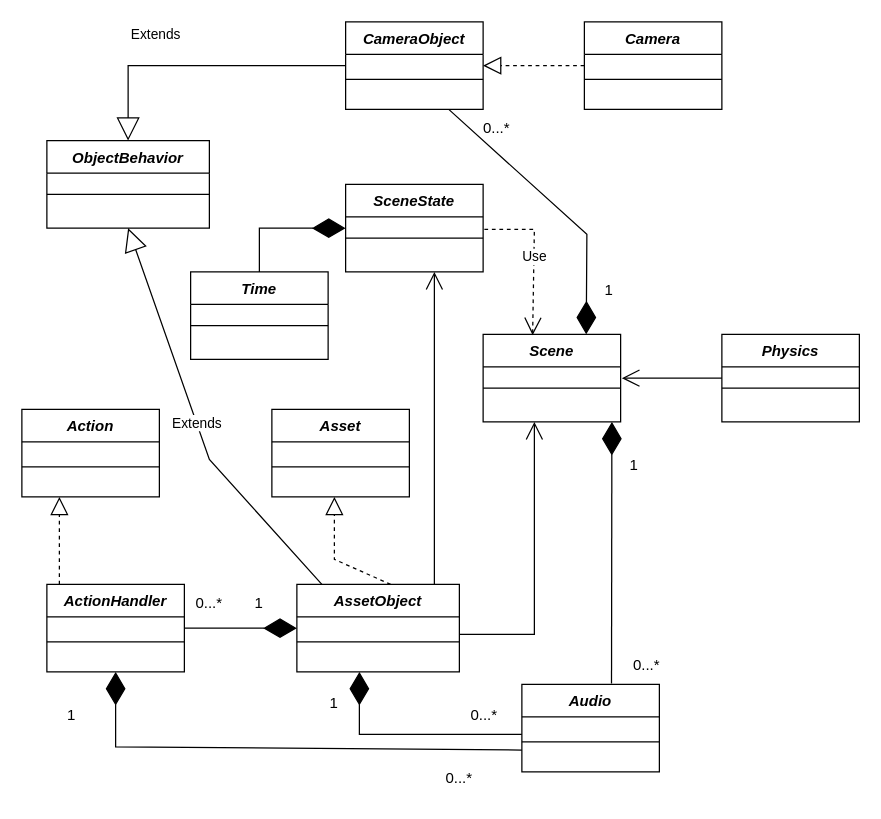
The draw.io diagram Untitled Diagram.drawio in sai11101989/vrsemantics, before the edit. Source tidied: cells renumbered, new cells numbered last; positions are measured from the earlier drawing's top-left corner, leaving out a move shared by most shapes. Both pictures are drawn from the tidied source at 125%, with x=0, y=0 at pixel (21, 21).
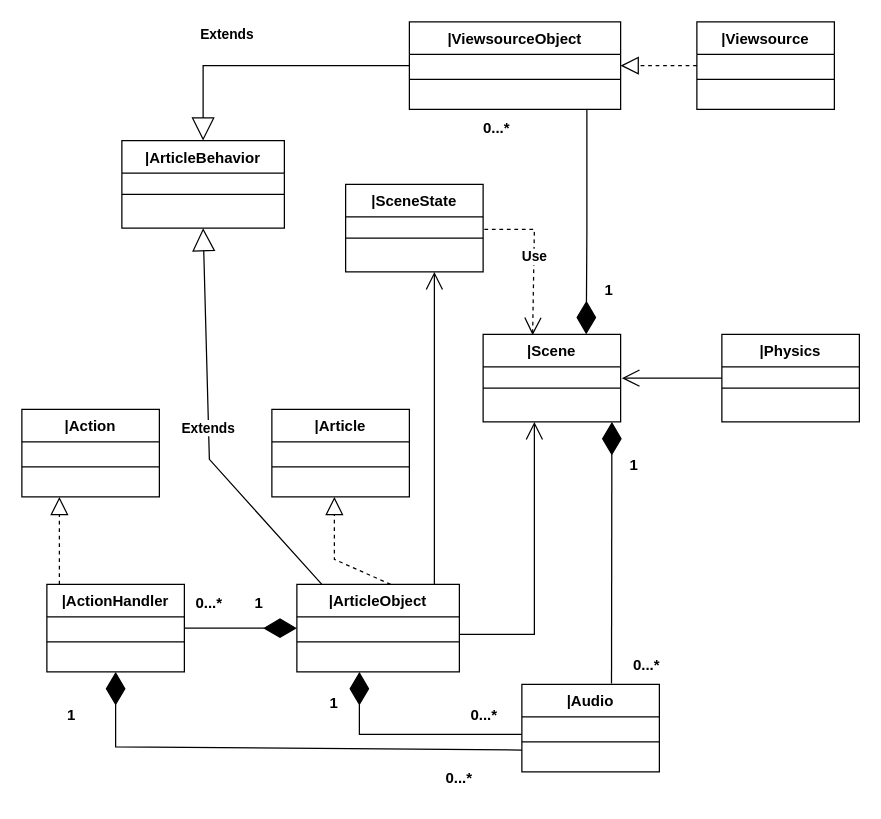
The same page after the edit.

Change to the diagram source:
```diff
@@
-    <mxCell id="2" value="Scene" style="swimlane;fontStyle=3;align=center;verticalAlign=top;horizontal=1;startSize=26;rounded=0;shadow=0;strokeWidth=1;" parent="1" vertex="1">
+    <mxCell id="2" value="|Scene" style="swimlane;fontStyle=1;align=center;verticalAlign=top;horizontal=1;startSize=26;rounded=0;shadow=0;strokeWidth=1;" parent="1" vertex="1">
       <mxGeometry x="369" y="250" width="110" height="70" as="geometry" />
     </mxCell>
-    <mxCell id="3" style="line;html=1;strokeWidth=1;align=left;verticalAlign=middle;spacingTop=-1;spacingLeft=3;spacingRight=3;labelPosition=right;" parent="2" vertex="1">
+    <mxCell id="3" style="line;html=1;strokeWidth=1;align=left;verticalAlign=middle;spacingTop=-1;spacingLeft=3;spacingRight=3;labelPosition=right;fontStyle=1;" parent="2" vertex="1">
       <mxGeometry y="26" width="110" height="34" as="geometry" />
     </mxCell>
-    <mxCell id="4" value="Asset" style="swimlane;fontStyle=3;align=center;verticalAlign=top;horizontal=1;startSize=26;rounded=0;shadow=0;strokeWidth=1;" parent="1" vertex="1">
+    <mxCell id="4" value="|Article" style="swimlane;fontStyle=1;align=center;verticalAlign=top;horizontal=1;startSize=26;rounded=0;shadow=0;strokeWidth=1;" parent="1" vertex="1">
       <mxGeometry x="200" y="310" width="110" height="70" as="geometry" />
     </mxCell>
-    <mxCell id="5" style="line;html=1;strokeWidth=1;align=left;verticalAlign=middle;spacingTop=-1;spacingLeft=3;spacingRight=3;labelPosition=right;" parent="4" vertex="1">
+    <mxCell id="5" style="line;html=1;strokeWidth=1;align=left;verticalAlign=middle;spacingTop=-1;spacingLeft=3;spacingRight=3;labelPosition=right;fontStyle=1;" parent="4" vertex="1">
       <mxGeometry y="26" width="110" height="40" as="geometry" />
     </mxCell>
-    <mxCell id="6" value="AssetObject" style="swimlane;fontStyle=3;align=center;verticalAlign=top;horizontal=1;startSize=26;rounded=0;shadow=0;strokeWidth=1;" parent="1" vertex="1">
+    <mxCell id="6" value="|ArticleObject" style="swimlane;fontStyle=1;align=center;verticalAlign=top;horizontal=1;startSize=26;rounded=0;shadow=0;strokeWidth=1;" parent="1" vertex="1">
       <mxGeometry x="220" y="450" width="130" height="70" as="geometry" />
     </mxCell>
-    <mxCell id="7" style="line;html=1;strokeWidth=1;align=left;verticalAlign=middle;spacingTop=-1;spacingLeft=3;spacingRight=3;labelPosition=right;" parent="6" vertex="1">
+    <mxCell id="7" style="line;html=1;strokeWidth=1;align=left;verticalAlign=middle;spacingTop=-1;spacingLeft=3;spacingRight=3;labelPosition=right;fontStyle=1;" parent="6" vertex="1">
       <mxGeometry y="26" width="130" height="40" as="geometry" />
     </mxCell>
-    <mxCell id="8" style="endArrow=block;dashed=1;endFill=0;endSize=12;html=1;rounded=0;" parent="1" edge="1">
+    <mxCell id="8" style="endArrow=block;dashed=1;endFill=0;endSize=12;html=1;rounded=0;fontStyle=1;" parent="1" edge="1">
       <mxGeometry relative="1" as="geometry">
         <mxPoint x="295" y="450" as="sourcePoint" />
         <mxPoint x="250" y="380" as="targetPoint" />
         <Array as="points">
           <mxPoint x="250" y="430" />
         </Array>
       </mxGeometry>
     </mxCell>
-    <mxCell id="9" value="1" style="text;html=1;strokeColor=none;fillColor=none;align=center;verticalAlign=middle;whiteSpace=wrap;rounded=0;" parent="1" vertex="1">
+    <mxCell id="9" value="1" style="text;html=1;strokeColor=none;fillColor=none;align=center;verticalAlign=middle;whiteSpace=wrap;rounded=0;fontStyle=1;" parent="1" vertex="1">
       <mxGeometry x="220" y="530" width="60" height="30" as="geometry" />
     </mxCell>
-    <mxCell id="10" value="Audio" style="swimlane;fontStyle=3;align=center;verticalAlign=top;horizontal=1;startSize=26;rounded=0;shadow=0;strokeWidth=1;" parent="1" vertex="1">
+    <mxCell id="10" value="|Audio" style="swimlane;fontStyle=1;align=center;verticalAlign=top;horizontal=1;startSize=26;rounded=0;shadow=0;strokeWidth=1;" parent="1" vertex="1">
       <mxGeometry x="400" y="530" width="110" height="70" as="geometry" />
     </mxCell>
-    <mxCell id="11" style="line;html=1;strokeWidth=1;align=left;verticalAlign=middle;spacingTop=-1;spacingLeft=3;spacingRight=3;labelPosition=right;" parent="10" vertex="1">
+    <mxCell id="11" style="line;html=1;strokeWidth=1;align=left;verticalAlign=middle;spacingTop=-1;spacingLeft=3;spacingRight=3;labelPosition=right;fontStyle=1;" parent="10" vertex="1">
       <mxGeometry y="26" width="110" height="40" as="geometry" />
     </mxCell>
-    <mxCell id="12" style="endArrow=diamondThin;endFill=1;endSize=24;html=1;rounded=0;" parent="1" edge="1">
+    <mxCell id="12" style="endArrow=diamondThin;endFill=1;endSize=24;html=1;rounded=0;fontStyle=1;" parent="1" edge="1">
       <mxGeometry relative="1" as="geometry">
         <mxPoint x="400" y="570" as="sourcePoint" />
         <mxPoint x="270" y="520" as="targetPoint" />
         <Array as="points">
           <mxPoint x="270" y="570" />
         </Array>
       </mxGeometry>
     </mxCell>
-    <mxCell id="13" value="0...*" style="text;html=1;strokeColor=none;fillColor=none;align=center;verticalAlign=middle;whiteSpace=wrap;rounded=0;" parent="1" vertex="1">
+    <mxCell id="13" value="0...*" style="text;html=1;strokeColor=none;fillColor=none;align=center;verticalAlign=middle;whiteSpace=wrap;rounded=0;fontStyle=1;" parent="1" vertex="1">
       <mxGeometry x="340" y="540" width="60" height="30" as="geometry" />
     </mxCell>
-    <mxCell id="14" style="endArrow=diamondThin;endFill=1;endSize=24;html=1;rounded=0;exitX=0.652;exitY=-0.01;exitDx=0;exitDy=0;exitPerimeter=0;" parent="1" edge="1" source="10">
+    <mxCell id="14" style="endArrow=diamondThin;endFill=1;endSize=24;html=1;rounded=0;exitX=0.652;exitY=-0.01;exitDx=0;exitDy=0;exitPerimeter=0;fontStyle=1;" parent="1" edge="1" source="10">
       <mxGeometry relative="1" as="geometry">
         <mxPoint x="472" y="320" as="targetPoint" />
       </mxGeometry>
     </mxCell>
-    <mxCell id="15" value="0...*" style="text;html=1;strokeColor=none;fillColor=none;align=center;verticalAlign=middle;whiteSpace=wrap;rounded=0;" parent="1" vertex="1">
+    <mxCell id="15" value="0...*" style="text;html=1;strokeColor=none;fillColor=none;align=center;verticalAlign=middle;whiteSpace=wrap;rounded=0;fontStyle=1;" parent="1" vertex="1">
       <mxGeometry x="470" y="500" width="60" height="30" as="geometry" />
     </mxCell>
-    <mxCell id="16" value="1" style="text;html=1;strokeColor=none;fillColor=none;align=center;verticalAlign=middle;whiteSpace=wrap;rounded=0;" parent="1" vertex="1">
+    <mxCell id="16" value="1" style="text;html=1;strokeColor=none;fillColor=none;align=center;verticalAlign=middle;whiteSpace=wrap;rounded=0;fontStyle=1;" parent="1" vertex="1">
       <mxGeometry x="460" y="340" width="60" height="30" as="geometry" />
     </mxCell>
-    <mxCell id="17" value="ActionHandler" style="swimlane;fontStyle=3;align=center;verticalAlign=top;horizontal=1;startSize=26;rounded=0;shadow=0;strokeWidth=1;" parent="1" vertex="1">
+    <mxCell id="17" value="|ActionHandler" style="swimlane;fontStyle=1;align=center;verticalAlign=top;horizontal=1;startSize=26;rounded=0;shadow=0;strokeWidth=1;" parent="1" vertex="1">
       <mxGeometry x="20" y="450" width="110" height="70" as="geometry" />
     </mxCell>
-    <mxCell id="18" style="line;html=1;strokeWidth=1;align=left;verticalAlign=middle;spacingTop=-1;spacingLeft=3;spacingRight=3;labelPosition=right;" parent="17" vertex="1">
+    <mxCell id="18" style="line;html=1;strokeWidth=1;align=left;verticalAlign=middle;spacingTop=-1;spacingLeft=3;spacingRight=3;labelPosition=right;fontStyle=1;" parent="17" vertex="1">
       <mxGeometry y="26" width="110" height="40" as="geometry" />
     </mxCell>
-    <mxCell id="19" style="endArrow=diamondThin;endFill=1;endSize=24;html=1;rounded=0;exitX=1;exitY=0.5;exitDx=0;exitDy=0;entryX=0;entryY=0.5;entryDx=0;entryDy=0;" parent="1" edge="1" source="17" target="6">
+    <mxCell id="19" style="endArrow=diamondThin;endFill=1;endSize=24;html=1;rounded=0;exitX=1;exitY=0.5;exitDx=0;exitDy=0;entryX=0;entryY=0.5;entryDx=0;entryDy=0;fontStyle=1;" parent="1" edge="1" source="17" target="6">
       <mxGeometry relative="1" as="geometry" />
     </mxCell>
-    <mxCell id="20" value="0...*" style="text;html=1;strokeColor=none;fillColor=none;align=center;verticalAlign=middle;whiteSpace=wrap;rounded=0;" parent="1" vertex="1">
+    <mxCell id="20" value="0...*" style="text;html=1;strokeColor=none;fillColor=none;align=center;verticalAlign=middle;whiteSpace=wrap;rounded=0;fontStyle=1;" parent="1" vertex="1">
       <mxGeometry x="120" y="450" width="60" height="30" as="geometry" />
     </mxCell>
-    <mxCell id="21" value="1" style="text;html=1;strokeColor=none;fillColor=none;align=center;verticalAlign=middle;whiteSpace=wrap;rounded=0;" parent="1" vertex="1">
+    <mxCell id="21" value="1" style="text;html=1;strokeColor=none;fillColor=none;align=center;verticalAlign=middle;whiteSpace=wrap;rounded=0;fontStyle=1;" parent="1" vertex="1">
       <mxGeometry x="160" y="450" width="60" height="30" as="geometry" />
     </mxCell>
-    <mxCell id="22" value="CameraObject" style="swimlane;fontStyle=3;align=center;verticalAlign=top;horizontal=1;startSize=26;rounded=0;shadow=0;strokeWidth=1;" parent="1" vertex="1">
-      <mxGeometry x="259" width="110" height="70" as="geometry" />
+    <mxCell id="22" value="|ViewsourceObject" style="swimlane;fontStyle=1;align=center;verticalAlign=top;horizontal=1;startSize=26;rounded=0;shadow=0;strokeWidth=1;" parent="1" vertex="1">
+      <mxGeometry x="310" width="169" height="70" as="geometry" />
     </mxCell>
-    <mxCell id="23" style="line;html=1;strokeWidth=1;align=left;verticalAlign=middle;spacingTop=-1;spacingLeft=3;spacingRight=3;labelPosition=right;" parent="22" vertex="1">
-      <mxGeometry y="26" width="110" height="40" as="geometry" />
+    <mxCell id="23" style="line;html=1;strokeWidth=1;align=left;verticalAlign=middle;spacingTop=-1;spacingLeft=3;spacingRight=3;labelPosition=right;fontStyle=1;" parent="22" vertex="1">
+      <mxGeometry y="26" width="169" height="40" as="geometry" />
     </mxCell>
-    <mxCell id="24" value="Action" style="swimlane;fontStyle=3;align=center;verticalAlign=top;horizontal=1;startSize=26;rounded=0;shadow=0;strokeWidth=1;" parent="1" vertex="1">
+    <mxCell id="24" value="|Action" style="swimlane;fontStyle=1;align=center;verticalAlign=top;horizontal=1;startSize=26;rounded=0;shadow=0;strokeWidth=1;" parent="1" vertex="1">
       <mxGeometry y="310" width="110" height="70" as="geometry" />
     </mxCell>
-    <mxCell id="25" style="line;html=1;strokeWidth=1;align=left;verticalAlign=middle;spacingTop=-1;spacingLeft=3;spacingRight=3;labelPosition=right;" parent="24" vertex="1">
+    <mxCell id="25" style="line;html=1;strokeWidth=1;align=left;verticalAlign=middle;spacingTop=-1;spacingLeft=3;spacingRight=3;labelPosition=right;fontStyle=1;" parent="24" vertex="1">
       <mxGeometry y="26" width="110" height="40" as="geometry" />
     </mxCell>
-    <mxCell id="26" style="endArrow=block;dashed=1;endFill=0;endSize=12;html=1;rounded=0;exitX=0.5;exitY=0;exitDx=0;exitDy=0;entryX=0.5;entryY=1;entryDx=0;entryDy=0;" parent="1" edge="1">
+    <mxCell id="26" style="endArrow=block;dashed=1;endFill=0;endSize=12;html=1;rounded=0;exitX=0.5;exitY=0;exitDx=0;exitDy=0;entryX=0.5;entryY=1;entryDx=0;entryDy=0;fontStyle=1;" parent="1" edge="1">
       <mxGeometry relative="1" as="geometry">
         <mxPoint x="30" y="450" as="sourcePoint" />
         <mxPoint x="30" y="380" as="targetPoint" />
       </mxGeometry>
     </mxCell>
-    <mxCell id="27" style="endArrow=diamondThin;endFill=1;endSize=24;html=1;rounded=0;exitX=0.75;exitY=1;exitDx=0;exitDy=0;entryX=0.75;entryY=0;entryDx=0;entryDy=0;" parent="1" edge="1" source="22" target="2">
+    <mxCell id="27" style="endArrow=diamondThin;endFill=1;endSize=24;html=1;rounded=0;entryX=0.75;entryY=0;entryDx=0;entryDy=0;fontStyle=1;" parent="1" edge="1" target="2">
       <mxGeometry relative="1" as="geometry">
+        <mxPoint x="452" y="70" as="sourcePoint" />
         <Array as="points">
           <mxPoint x="452" y="170" />
         </Array>
       </mxGeometry>
     </mxCell>
-    <mxCell id="28" value="0...*" style="text;html=1;strokeColor=none;fillColor=none;align=center;verticalAlign=middle;whiteSpace=wrap;rounded=0;" parent="1" vertex="1">
+    <mxCell id="28" value="0...*" style="text;html=1;strokeColor=none;fillColor=none;align=center;verticalAlign=middle;whiteSpace=wrap;rounded=0;fontStyle=1;" parent="1" vertex="1">
       <mxGeometry x="350" y="70" width="60" height="30" as="geometry" />
     </mxCell>
-    <mxCell id="29" value="1" style="text;html=1;strokeColor=none;fillColor=none;align=center;verticalAlign=middle;whiteSpace=wrap;rounded=0;" parent="1" vertex="1">
+    <mxCell id="29" value="1" style="text;html=1;strokeColor=none;fillColor=none;align=center;verticalAlign=middle;whiteSpace=wrap;rounded=0;fontStyle=1;" parent="1" vertex="1">
       <mxGeometry x="440" y="200" width="60" height="30" as="geometry" />
     </mxCell>
-    <mxCell id="30" value="ObjectBehavior" style="swimlane;fontStyle=3;align=center;verticalAlign=top;horizontal=1;startSize=26;rounded=0;shadow=0;strokeWidth=1;" parent="1" vertex="1">
-      <mxGeometry x="20" y="95" width="130" height="70" as="geometry" />
+    <mxCell id="30" value="|ArticleBehavior" style="swimlane;fontStyle=1;align=center;verticalAlign=top;horizontal=1;startSize=26;rounded=0;shadow=0;strokeWidth=1;" parent="1" vertex="1">
+      <mxGeometry x="80" y="95" width="130" height="70" as="geometry" />
     </mxCell>
-    <mxCell id="31" style="line;html=1;strokeWidth=1;align=left;verticalAlign=middle;spacingTop=-1;spacingLeft=3;spacingRight=3;labelPosition=right;" parent="30" vertex="1">
+    <mxCell id="31" style="line;html=1;strokeWidth=1;align=left;verticalAlign=middle;spacingTop=-1;spacingLeft=3;spacingRight=3;labelPosition=right;fontStyle=1;" parent="30" vertex="1">
       <mxGeometry y="26" width="130" height="34" as="geometry" />
     </mxCell>
-    <mxCell id="32" value="Extends" style="endArrow=block;endSize=16;endFill=0;html=1;rounded=0;entryX=0.5;entryY=1;entryDx=0;entryDy=0;" parent="1" edge="1" target="30">
+    <mxCell id="32" value="Extends" style="endArrow=block;endSize=16;endFill=0;html=1;rounded=0;entryX=0.5;entryY=1;entryDx=0;entryDy=0;fontStyle=1;" parent="1" edge="1" target="30">
       <mxGeometry relative="1" as="geometry">
         <mxPoint x="240" y="450" as="sourcePoint" />
         <Array as="points">
           <mxPoint x="150" y="350" />
         </Array>
       </mxGeometry>
     </mxCell>
-    <mxCell id="33" value="SceneState" style="swimlane;fontStyle=3;align=center;verticalAlign=top;horizontal=1;startSize=26;rounded=0;shadow=0;strokeWidth=1;" parent="1" vertex="1">
+    <mxCell id="33" value="|SceneState" style="swimlane;fontStyle=1;align=center;verticalAlign=top;horizontal=1;startSize=26;rounded=0;shadow=0;strokeWidth=1;" parent="1" vertex="1">
       <mxGeometry x="259" y="130" width="110" height="70" as="geometry" />
     </mxCell>
-    <mxCell id="34" style="line;html=1;strokeWidth=1;align=left;verticalAlign=middle;spacingTop=-1;spacingLeft=3;spacingRight=3;labelPosition=right;" parent="33" vertex="1">
+    <mxCell id="34" style="line;html=1;strokeWidth=1;align=left;verticalAlign=middle;spacingTop=-1;spacingLeft=3;spacingRight=3;labelPosition=right;fontStyle=1;" parent="33" vertex="1">
       <mxGeometry y="26" width="110" height="34" as="geometry" />
     </mxCell>
-    <mxCell id="35" style="endArrow=open;endFill=1;endSize=12;html=1;rounded=0;" parent="1" edge="1">
+    <mxCell id="35" style="endArrow=open;endFill=1;endSize=12;html=1;rounded=0;fontStyle=1;" parent="1" edge="1">
       <mxGeometry relative="1" as="geometry">
         <mxPoint x="350" y="490" as="sourcePoint" />
         <mxPoint x="410" y="320" as="targetPoint" />
         <Array as="points">
           <mxPoint x="410" y="490" />
         </Array>
       </mxGeometry>
     </mxCell>
-    <mxCell id="36" value="Use" style="endArrow=open;endSize=12;dashed=1;html=1;rounded=0;entryX=0.36;entryY=0.01;entryDx=0;entryDy=0;entryPerimeter=0;" parent="1" edge="1" target="2">
+    <mxCell id="36" value="Use" style="endArrow=open;endSize=12;dashed=1;html=1;rounded=0;entryX=0.36;entryY=0.01;entryDx=0;entryDy=0;entryPerimeter=0;fontStyle=1;" parent="1" edge="1" target="2">
       <mxGeometry relative="1" as="geometry">
         <mxPoint x="370" y="166" as="sourcePoint" />
         <Array as="points">
           <mxPoint x="410" y="166" />
         </Array>
       </mxGeometry>
     </mxCell>
-    <mxCell id="37" value="Extends" style="endArrow=block;endSize=16;endFill=0;html=1;rounded=0;entryX=0.5;entryY=0;entryDx=0;entryDy=0;exitX=0;exitY=0.5;exitDx=0;exitDy=0;" parent="1" edge="1" source="22" target="30">
+    <mxCell id="37" value="Extends" style="endArrow=block;endSize=16;endFill=0;html=1;rounded=0;entryX=0.5;entryY=0;entryDx=0;entryDy=0;exitX=0;exitY=0.5;exitDx=0;exitDy=0;fontStyle=1;" parent="1" edge="1" source="22" target="30">
       <mxGeometry x="0.3" y="-25" relative="1" as="geometry">
         <Array as="points">
-          <mxPoint x="85" y="35" />
+          <mxPoint x="145" y="35" />
         </Array>
       </mxGeometry>
     </mxCell>
-    <mxCell id="38" style="endArrow=open;endFill=1;endSize=12;html=1;rounded=0;" parent="1" edge="1">
+    <mxCell id="38" style="endArrow=open;endFill=1;endSize=12;html=1;rounded=0;fontStyle=1;" parent="1" edge="1">
       <mxGeometry relative="1" as="geometry">
         <mxPoint x="330" y="450" as="sourcePoint" />
         <mxPoint x="330" y="200" as="targetPoint" />
       </mxGeometry>
     </mxCell>
-    <mxCell id="39" value="Physics" style="swimlane;fontStyle=3;align=center;verticalAlign=top;horizontal=1;startSize=26;rounded=0;shadow=0;strokeWidth=1;" parent="1" vertex="1">
+    <mxCell id="39" value="|Physics" style="swimlane;fontStyle=1;align=center;verticalAlign=top;horizontal=1;startSize=26;rounded=0;shadow=0;strokeWidth=1;" parent="1" vertex="1">
       <mxGeometry x="560" y="250" width="110" height="70" as="geometry" />
     </mxCell>
-    <mxCell id="40" style="line;html=1;strokeWidth=1;align=left;verticalAlign=middle;spacingTop=-1;spacingLeft=3;spacingRight=3;labelPosition=right;" parent="39" vertex="1">
+    <mxCell id="40" style="line;html=1;strokeWidth=1;align=left;verticalAlign=middle;spacingTop=-1;spacingLeft=3;spacingRight=3;labelPosition=right;fontStyle=1;" parent="39" vertex="1">
       <mxGeometry y="26" width="110" height="34" as="geometry" />
     </mxCell>
-    <mxCell id="41" value="Time" style="swimlane;fontStyle=3;align=center;verticalAlign=top;horizontal=1;startSize=26;rounded=0;shadow=0;strokeWidth=1;" parent="1" vertex="1">
-      <mxGeometry x="135" y="200" width="110" height="70" as="geometry" />
-    </mxCell>
-    <mxCell id="42" style="line;html=1;strokeWidth=1;align=left;verticalAlign=middle;spacingTop=-1;spacingLeft=3;spacingRight=3;labelPosition=right;" parent="41" vertex="1">
-      <mxGeometry y="26" width="110" height="34" as="geometry" />
-    </mxCell>
-    <mxCell id="43" style="endArrow=diamondThin;endFill=1;endSize=24;html=1;rounded=0;exitX=0.5;exitY=0;exitDx=0;exitDy=0;entryX=0;entryY=0.5;entryDx=0;entryDy=0;" parent="1" edge="1" source="41" target="33">
-      <mxGeometry relative="1" as="geometry">
-        <Array as="points">
-          <mxPoint x="190" y="165" />
-        </Array>
-      </mxGeometry>
-    </mxCell>
-    <mxCell id="44" style="endArrow=open;endFill=1;endSize=12;html=1;rounded=0;exitX=0;exitY=0.5;exitDx=0;exitDy=0;" parent="1" edge="1" source="39">
+    <mxCell id="44" style="endArrow=open;endFill=1;endSize=12;html=1;rounded=0;exitX=0;exitY=0.5;exitDx=0;exitDy=0;fontStyle=1;" parent="1" edge="1" source="39">
       <mxGeometry relative="1" as="geometry">
         <mxPoint x="480" y="285" as="targetPoint" />
       </mxGeometry>
     </mxCell>
-    <mxCell id="45" style="endArrow=diamondThin;endFill=1;endSize=24;html=1;rounded=0;exitX=0;exitY=0.75;exitDx=0;exitDy=0;entryX=0.5;entryY=1;entryDx=0;entryDy=0;" parent="1" edge="1" source="10" target="17">
+    <mxCell id="45" style="endArrow=diamondThin;endFill=1;endSize=24;html=1;rounded=0;exitX=0;exitY=0.75;exitDx=0;exitDy=0;entryX=0.5;entryY=1;entryDx=0;entryDy=0;fontStyle=1;" parent="1" edge="1" source="10" target="17">
       <mxGeometry relative="1" as="geometry">
         <Array as="points">
           <mxPoint x="75" y="580" />
         </Array>
       </mxGeometry>
     </mxCell>
-    <mxCell id="46" value="1" style="text;html=1;strokeColor=none;fillColor=none;align=center;verticalAlign=middle;whiteSpace=wrap;rounded=0;" parent="1" vertex="1">
+    <mxCell id="46" value="1" style="text;html=1;strokeColor=none;fillColor=none;align=center;verticalAlign=middle;whiteSpace=wrap;rounded=0;fontStyle=1;" parent="1" vertex="1">
       <mxGeometry x="10" y="540" width="60" height="30" as="geometry" />
     </mxCell>
-    <mxCell id="47" value="0...*" style="text;html=1;strokeColor=none;fillColor=none;align=center;verticalAlign=middle;whiteSpace=wrap;rounded=0;" parent="1" vertex="1">
+    <mxCell id="47" value="0...*" style="text;html=1;strokeColor=none;fillColor=none;align=center;verticalAlign=middle;whiteSpace=wrap;rounded=0;fontStyle=1;" parent="1" vertex="1">
       <mxGeometry x="320" y="590" width="60" height="30" as="geometry" />
     </mxCell>
-    <mxCell id="48" value="Camera" style="swimlane;fontStyle=3;align=center;verticalAlign=top;horizontal=1;startSize=26;rounded=0;shadow=0;strokeWidth=1;" parent="1" vertex="1">
-      <mxGeometry x="450" width="110" height="70" as="geometry" />
+    <mxCell id="48" value="|Viewsource" style="swimlane;fontStyle=1;align=center;verticalAlign=top;horizontal=1;startSize=26;rounded=0;shadow=0;strokeWidth=1;" parent="1" vertex="1">
+      <mxGeometry x="540" width="110" height="70" as="geometry" />
     </mxCell>
-    <mxCell id="49" style="line;html=1;strokeWidth=1;align=left;verticalAlign=middle;spacingTop=-1;spacingLeft=3;spacingRight=3;labelPosition=right;" parent="48" vertex="1">
+    <mxCell id="49" style="line;html=1;strokeWidth=1;align=left;verticalAlign=middle;spacingTop=-1;spacingLeft=3;spacingRight=3;labelPosition=right;fontStyle=1;" parent="48" vertex="1">
       <mxGeometry y="26" width="110" height="40" as="geometry" />
     </mxCell>
-    <mxCell id="50" style="endArrow=block;dashed=1;endFill=0;endSize=12;html=1;rounded=0;exitX=0;exitY=0.5;exitDx=0;exitDy=0;entryX=1;entryY=0.5;entryDx=0;entryDy=0;" parent="1" edge="1" source="48" target="22">
+    <mxCell id="50" style="endArrow=block;dashed=1;endFill=0;endSize=12;html=1;rounded=0;exitX=0;exitY=0.5;exitDx=0;exitDy=0;entryX=1;entryY=0.5;entryDx=0;entryDy=0;fontStyle=1;" parent="1" edge="1" source="48" target="22">
       <mxGeometry relative="1" as="geometry" />
     </mxCell>
```
